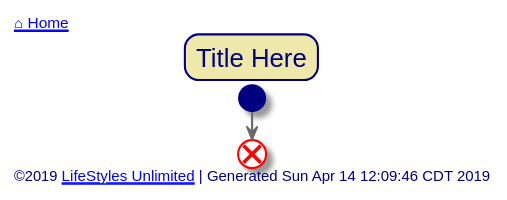
The PlantUML diagram out/src/common/name-here.svg in toddmo/lifestylesunlimited, before a commit. The source it was exported from:
```plantuml
@startuml name-here


skinparam {
  BorderColor Red
  PathHoverColor Blue
}

skinparam Title {
  FontColor Navy
  BackgroundColor PaleGoldenRod
  BorderColor Navy
  BorderRoundCorner 20
}

skinparam activity {
  BackgroundColor Ivory
  BorderColor CornflowerBlue
  FontColor DarkGray

  Arrow {
    Color dimgray
    FontColor dimgray
  }

  Start {
    Color Navy
  }

  End {
    Color Red
  }

  Diamond {
    BackgroundColor Ivory
    BorderColor CornflowerBlue
    FontColor DarkGray
  }

  BackgroundColor<< Exception >> Red
	BorderColor<< Exception >> White
}

skinparam Swimlane {
  BorderColor CornflowerBlue
}

skinparam Partition {
  BackgroundColor DarkSeaGreen
  BorderColor CornflowerBlue
  BorderThickness 1
  FontColor White
  FontSize 16
}
skinparam Note {
  BackgroundColor LightSteelBlue
  BorderColor CornflowerBlue
  FontColor White
}

skinparam Footer {
  FontColor Navy
}


left header
	<font color=Navy>[[../index.svg ⌂ Home]]</font>
endheader


	Title Title Here

	start

	end

left footer
	©2019 [[http://www.lifestylesunlimited.com LifeStyles Unlimited]] | Generated Sun Apr 14 12:09:46 CDT 2019
endfooter


@enduml
```
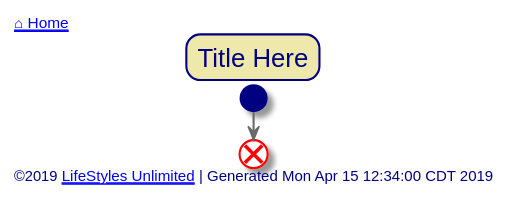
Above is the later version.

What changed in the source:
```diff
@@ -75,7 +75,7 @@
 	end
 
 left footer
-	©2019 [[http://www.lifestylesunlimited.com LifeStyles Unlimited]] | Generated Sun Apr 14 12:09:46 CDT 2019
+	©2019 [[http://www.lifestylesunlimited.com LifeStyles Unlimited]] | Generated Mon Apr 15 12:34:00 CDT 2019
 endfooter
 
 
```
